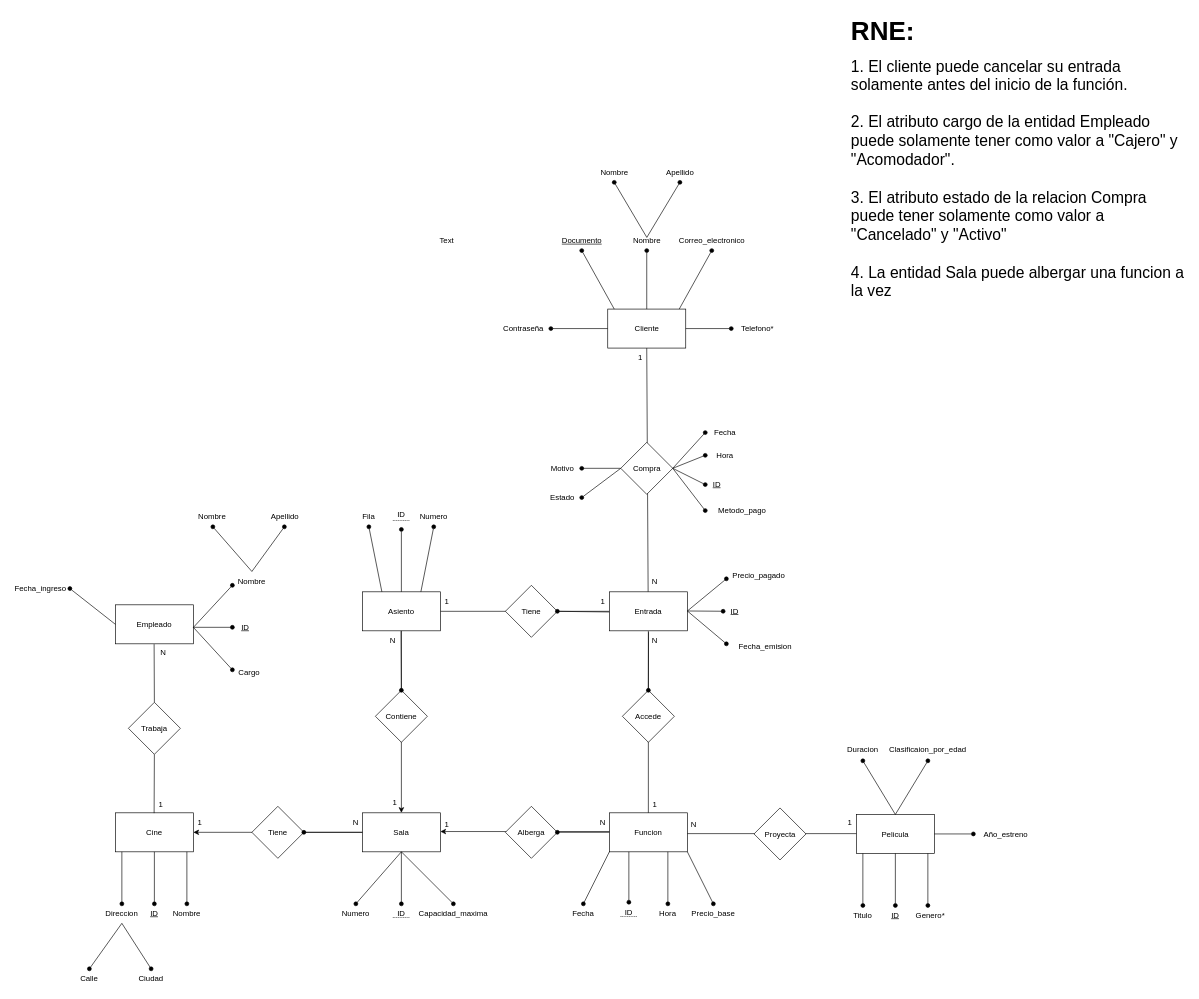
The draw.io diagram DER_proyecto.drawio in nXD643/Projecto-Final-Cine, before the edit. Source tidied: cells renumbered, new cells numbered last; positions are measured from the earlier drawing's top-left corner, leaving out a move shared by most shapes. Both pictures are drawn from the tidied source at 65%, with x=0, y=0 at pixel (11, 11).
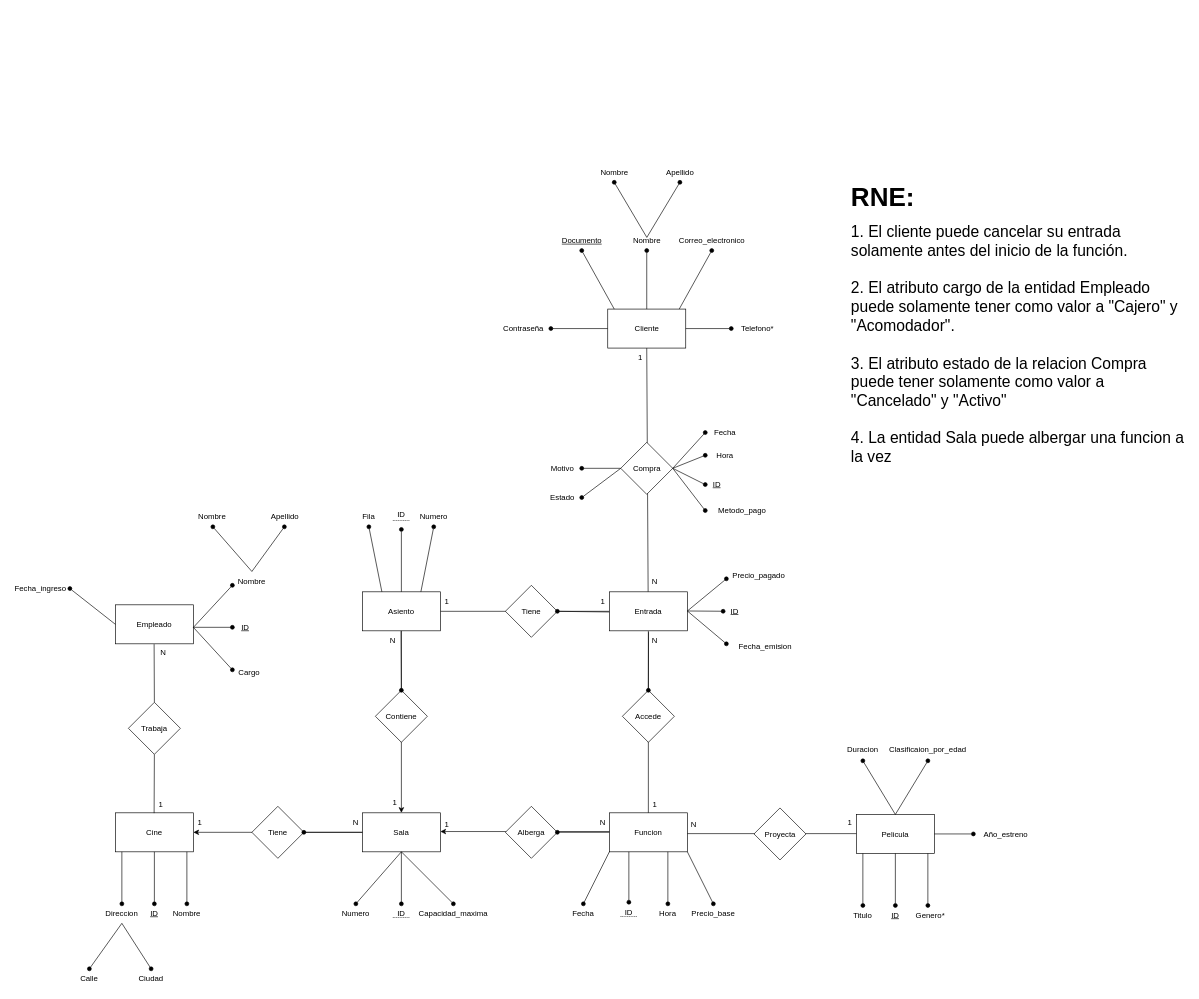
The same diagram, later.

Commit message (it also covers changes not shown here):
Se inicializa nuevo proyecto de java

Change to the diagram source:
```diff
@@
     <mxCell id="122" value="&lt;h1 style=&quot;margin-top: 0px;&quot;&gt;&lt;font style=&quot;font-size: 40px;&quot;&gt;RNE:&lt;/font&gt;&lt;/h1&gt;&lt;div&gt;&lt;font style=&quot;font-size: 24px;&quot;&gt;1. El cliente puede cancelar su entrada solamente antes del inicio de la función.&lt;/font&gt;&lt;/div&gt;&lt;div&gt;&lt;font style=&quot;font-size: 24px;&quot;&gt;&lt;br&gt;&lt;/font&gt;&lt;/div&gt;&lt;div&gt;&lt;font style=&quot;font-size: 24px;&quot;&gt;2. El atributo cargo de la entidad Empleado puede solamente tener como valor a &quot;Cajero&quot; y &quot;Acomodador&quot;.&lt;/font&gt;&lt;/div&gt;&lt;div&gt;&lt;font style=&quot;font-size: 24px;&quot;&gt;&lt;br&gt;&lt;/font&gt;&lt;/div&gt;&lt;div&gt;&lt;font style=&quot;font-size: 24px;&quot;&gt;3. El atributo estado de la relacion Compra puede tener solamente&amp;nbsp;&lt;/font&gt;&lt;span style=&quot;font-size: 24px; background-color: transparent; color: light-dark(rgb(0, 0, 0), rgb(255, 255, 255));&quot;&gt;como valor a &quot;Cancelado&quot; y &quot;Activo&quot;&lt;/span&gt;&lt;/div&gt;&lt;div&gt;&lt;span style=&quot;font-size: 24px; background-color: transparent; color: light-dark(rgb(0, 0, 0), rgb(255, 255, 255));&quot;&gt;&lt;br&gt;&lt;/span&gt;&lt;/div&gt;&lt;div&gt;&lt;span style=&quot;font-size: 24px; background-color: transparent; color: light-dark(rgb(0, 0, 0), rgb(255, 255, 255));&quot;&gt;4. La entidad Sala puede albergar una funcion a la vez&lt;/span&gt;&lt;/div&gt;" style="text;html=1;whiteSpace=wrap;overflow=hidden;rounded=0;" parent="1" vertex="1">
-      <mxGeometry x="1290" width="520" height="488" as="geometry" />
+      <mxGeometry x="1290" y="255" width="520" height="488" as="geometry" />
     </mxCell>
@@
-    <mxCell id="146" value="Text" style="text;html=1;whiteSpace=wrap;strokeColor=none;fillColor=none;align=center;verticalAlign=middle;rounded=0;" parent="1" vertex="1">
-      <mxGeometry x="640" y="338" width="60" height="30" as="geometry" />
-    </mxCell>
```
